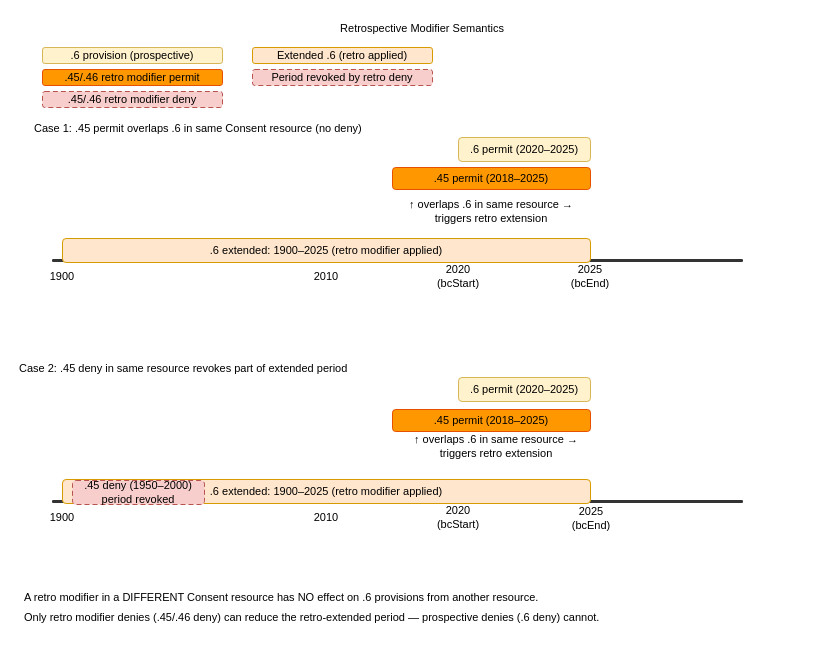
Earlier version of the draw.io diagram docs/drawio/consent/consent_retro.drawio (medizininformatik-initiative/torch). Source tidied: cells renumbered, new cells numbered last; positions are measured from the earlier drawing's top-left corner, leaving out a move shared by most shapes. Both pictures are drawn from the tidied source at 100%, with x=0, y=0 at pixel (17, 17).
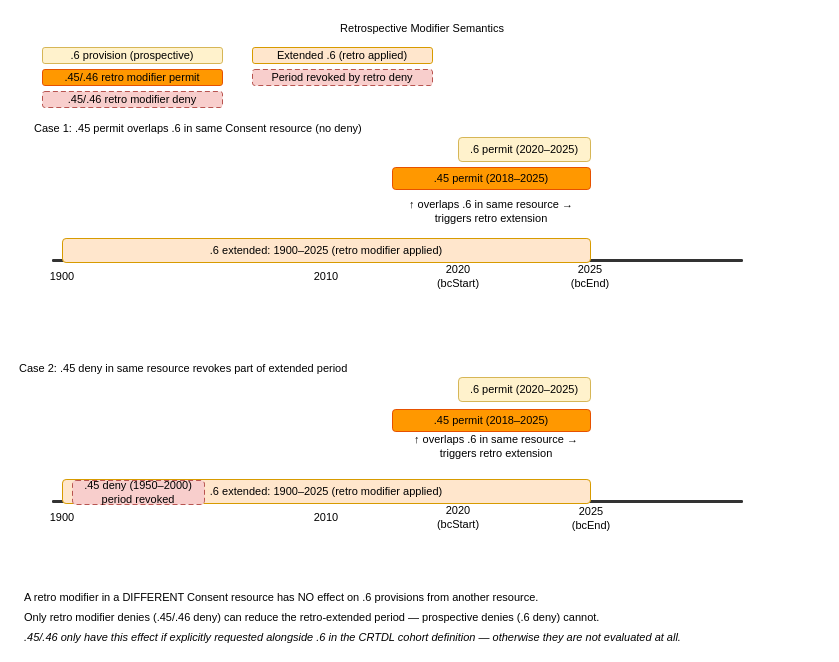
The same diagram, later.

Commit message (it also covers changes not shown here):
Improve Consent Documentation

Diff of the diagram source:
```diff
@@
+    <mxCell id="31" value=".45/.46 only have this effect if explicitly requested alongside .6 in the CRTDL cohort definition — otherwise they are not evaluated at all." style="text;html=1;align=left;verticalAlign=middle;whiteSpace=wrap;rounded=0;fontSize=11;fontStyle=2;" parent="1" vertex="1">
+      <mxGeometry x="5" y="612" width="780" height="16" as="geometry" />
+    </mxCell>
```
